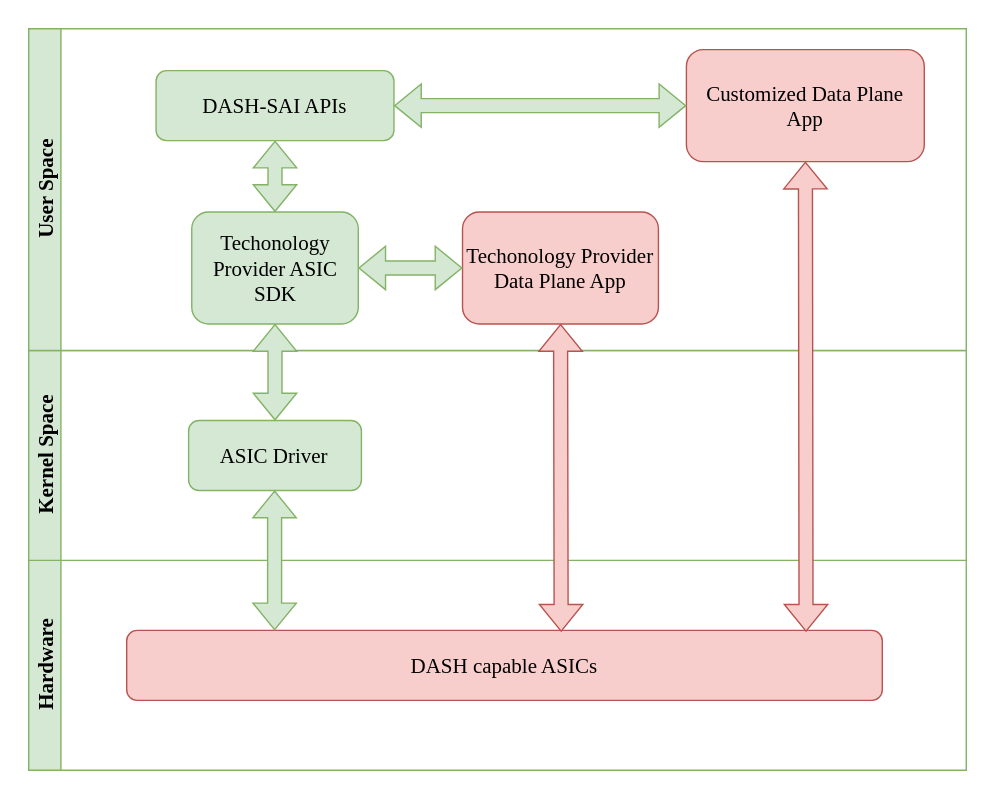
Above: documentation/general/images/dash-data-path-overview.svg in sonic-net/DASH (draw.io), before the change. Source tidied: cells renumbered, new cells last; positions are measured from the earlier drawing's top-left corner, leaving out a move shared by most shapes.
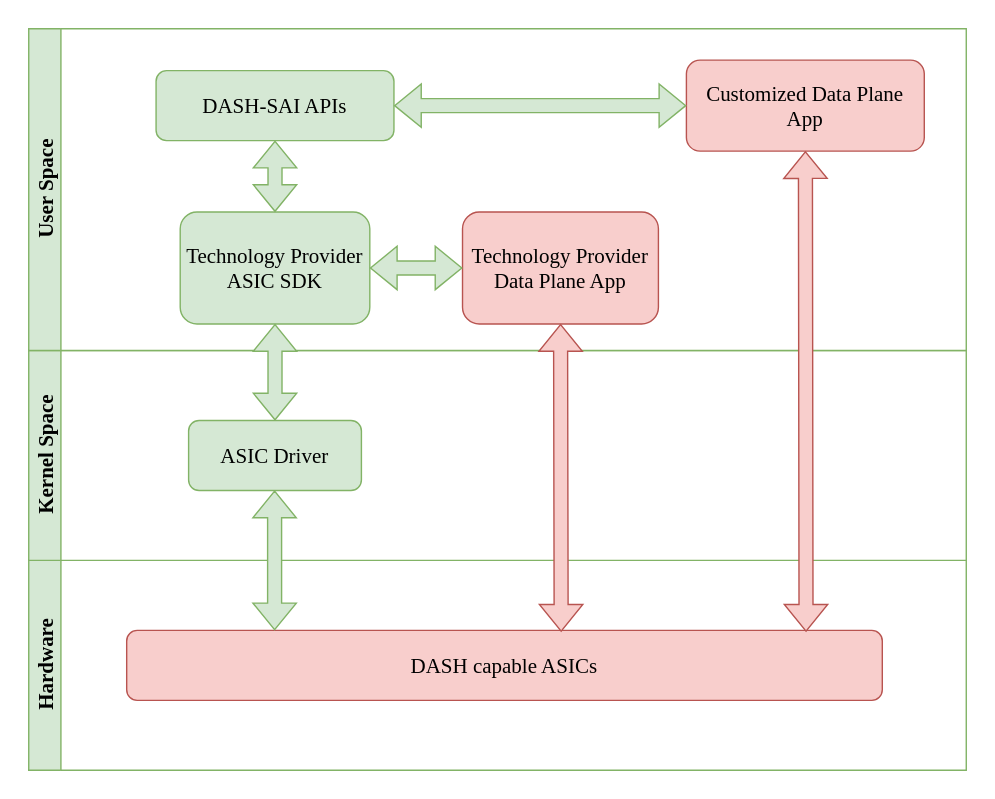
Later version of the same file.

The edit, as a diff of the source:
```diff
@@ -2,57 +2,57 @@
   <root>
     <mxCell id="0" />
     <mxCell id="1" parent="0" />
-    <mxCell id="2" value="Hardware" style="swimlane;horizontal=0;whiteSpace=wrap;html=1;rounded=0;labelBorderColor=none;strokeColor=#82b366;fontFamily=Monaco;fontSize=15;startSize=23;fillColor=#d5e8d4;swimlaneFillColor=#FFFFFF;" parent="1" vertex="1">
+    <mxCell id="2" value="Hardware" style="swimlane;horizontal=0;whiteSpace=wrap;html=1;rounded=0;labelBorderColor=none;strokeColor=#82b366;fontFamily=Consolas, Monaco;fontSize=15;startSize=23;fillColor=#d5e8d4;swimlaneFillColor=#FFFFFF;" parent="1" vertex="1">
       <mxGeometry y="380" width="670" height="150" as="geometry" />
     </mxCell>
-    <mxCell id="3" value="DASH capable ASICs" style="rounded=1;whiteSpace=wrap;html=1;strokeColor=#b85450;fontFamily=Monaco;fontSize=15;startSize=23;fillColor=#f8cecc;" parent="2" vertex="1">
+    <mxCell id="3" value="DASH capable ASICs" style="rounded=1;whiteSpace=wrap;html=1;strokeColor=#b85450;fontFamily=Consolas, Monaco;fontSize=15;startSize=23;fillColor=#f8cecc;" parent="2" vertex="1">
       <mxGeometry x="70" y="50" width="540" height="50" as="geometry" />
     </mxCell>
-    <mxCell id="4" value="Kernel Space" style="swimlane;horizontal=0;whiteSpace=wrap;html=1;rounded=0;labelBorderColor=none;strokeColor=#82b366;fontFamily=Monaco;fontSize=15;startSize=23;fillColor=#d5e8d4;swimlaneFillColor=#FFFFFF;" parent="1" vertex="1">
+    <mxCell id="4" value="Kernel Space" style="swimlane;horizontal=0;whiteSpace=wrap;html=1;rounded=0;labelBorderColor=none;strokeColor=#82b366;fontFamily=Consolas, Monaco;fontSize=15;startSize=23;fillColor=#d5e8d4;swimlaneFillColor=#FFFFFF;" parent="1" vertex="1">
       <mxGeometry y="230" width="670" height="150" as="geometry" />
     </mxCell>
-    <mxCell id="5" value="ASIC Driver" style="rounded=1;whiteSpace=wrap;html=1;strokeColor=#82b366;fontFamily=Monaco;fontSize=15;startSize=23;fillColor=#d5e8d4;" parent="4" vertex="1">
+    <mxCell id="5" value="ASIC Driver" style="rounded=1;whiteSpace=wrap;html=1;strokeColor=#82b366;fontFamily=Consolas, Monaco;fontSize=15;startSize=23;fillColor=#d5e8d4;" parent="4" vertex="1">
       <mxGeometry x="114.2" y="50" width="123.5" height="50" as="geometry" />
     </mxCell>
-    <mxCell id="6" style="shape=flexArrow;endArrow=classic;html=1;rounded=0;fillColor=#d5e8d4;strokeColor=#82b366;startArrow=block;" parent="4" edge="1">
+    <mxCell id="6" style="shape=flexArrow;endArrow=classic;html=1;rounded=0;fillColor=#d5e8d4;strokeColor=#82b366;startArrow=block;fontFamily=Consolas, Monaco;" parent="4" edge="1">
       <mxGeometry relative="1" as="geometry">
         <mxPoint x="175.7" y="100" as="sourcePoint" />
         <mxPoint x="175.7" y="200" as="targetPoint" />
       </mxGeometry>
     </mxCell>
-    <mxCell id="7" value="User Space" style="swimlane;horizontal=0;whiteSpace=wrap;html=1;rounded=0;labelBorderColor=none;strokeColor=#82b366;fontFamily=Monaco;fontSize=15;startSize=23;fillColor=#d5e8d4;swimlaneFillColor=#FFFFFF;" parent="1" vertex="1">
+    <mxCell id="7" value="User Space" style="swimlane;horizontal=0;whiteSpace=wrap;html=1;rounded=0;labelBorderColor=none;strokeColor=#82b366;fontFamily=Consolas, Monaco;fontSize=15;startSize=23;fillColor=#d5e8d4;swimlaneFillColor=#FFFFFF;" parent="1" vertex="1">
       <mxGeometry width="670" height="230" as="geometry" />
     </mxCell>
-    <mxCell id="8" value="Techonology Provider ASIC SDK" style="rounded=1;whiteSpace=wrap;html=1;strokeColor=#82b366;fontFamily=Monaco;fontSize=15;startSize=23;fillColor=#d5e8d4;" parent="7" vertex="1">
-      <mxGeometry x="116.5" y="131" width="119" height="80" as="geometry" />
+    <mxCell id="8" value="Technology Provider ASIC SDK" style="rounded=1;whiteSpace=wrap;html=1;strokeColor=#82b366;fontFamily=Consolas, Monaco;fontSize=15;startSize=23;fillColor=#d5e8d4;" parent="7" vertex="1">
+      <mxGeometry x="108.2" y="131" width="135.5" height="80" as="geometry" />
     </mxCell>
-    <mxCell id="9" value="DASH-SAI APIs" style="rounded=1;whiteSpace=wrap;html=1;strokeColor=#82b366;fontFamily=Monaco;fontSize=15;startSize=23;fillColor=#d5e8d4;" parent="7" vertex="1">
+    <mxCell id="9" value="DASH-SAI APIs" style="rounded=1;whiteSpace=wrap;html=1;strokeColor=#82b366;fontFamily=Consolas, Monaco;fontSize=15;startSize=23;fillColor=#d5e8d4;" parent="7" vertex="1">
       <mxGeometry x="91" y="30" width="170" height="50" as="geometry" />
     </mxCell>
-    <mxCell id="10" style="shape=flexArrow;endArrow=classic;html=1;rounded=0;fillColor=#d5e8d4;strokeColor=#82b366;startArrow=block;" parent="7" edge="1" source="9" target="8">
+    <mxCell id="10" style="shape=flexArrow;endArrow=classic;html=1;rounded=0;fillColor=#d5e8d4;strokeColor=#82b366;startArrow=block;fontFamily=Consolas, Monaco;" parent="7" edge="1" source="9" target="8">
       <mxGeometry relative="1" as="geometry" />
     </mxCell>
-    <mxCell id="11" value="Techonology Provider Data Plane App" style="rounded=1;whiteSpace=wrap;html=1;strokeColor=#b85450;fontFamily=Monaco;fontSize=15;startSize=23;fillColor=#f8cecc;" parent="7" vertex="1">
+    <mxCell id="11" value="Technology Provider Data Plane App" style="rounded=1;whiteSpace=wrap;html=1;strokeColor=#b85450;fontFamily=Consolas, Monaco;fontSize=15;startSize=23;fillColor=#f8cecc;" parent="7" vertex="1">
       <mxGeometry x="310" y="131" width="140" height="80" as="geometry" />
     </mxCell>
-    <mxCell id="12" style="shape=flexArrow;endArrow=classic;html=1;rounded=0;fillColor=#d5e8d4;strokeColor=#82b366;startArrow=block;" parent="7" edge="1" source="11" target="8">
+    <mxCell id="12" style="shape=flexArrow;endArrow=classic;html=1;rounded=0;fillColor=#d5e8d4;strokeColor=#82b366;startArrow=block;fontFamily=Consolas, Monaco;" parent="7" edge="1" source="11" target="8">
       <mxGeometry relative="1" as="geometry" />
     </mxCell>
-    <mxCell id="13" value="Customized Data Plane App" style="rounded=1;whiteSpace=wrap;html=1;strokeColor=#b85450;fontFamily=Monaco;fontSize=15;startSize=23;fillColor=#f8cecc;" parent="7" vertex="1">
-      <mxGeometry x="470" y="15" width="170" height="80" as="geometry" />
+    <mxCell id="13" value="Customized Data Plane App" style="rounded=1;whiteSpace=wrap;html=1;strokeColor=#b85450;fontFamily=Consolas, Monaco;fontSize=15;startSize=23;fillColor=#f8cecc;" parent="7" vertex="1">
+      <mxGeometry x="470" y="22.5" width="170" height="65" as="geometry" />
     </mxCell>
-    <mxCell id="14" style="shape=flexArrow;endArrow=classic;html=1;rounded=0;fillColor=#f8cecc;strokeColor=#b85450;startArrow=block;exitX=0.575;exitY=0.02;exitDx=0;exitDy=0;exitPerimeter=0;" parent="7" edge="1" target="13">
+    <mxCell id="14" style="shape=flexArrow;endArrow=classic;html=1;rounded=0;fillColor=#f8cecc;strokeColor=#b85450;startArrow=block;exitX=0.575;exitY=0.02;exitDx=0;exitDy=0;exitPerimeter=0;fontFamily=Consolas, Monaco;" parent="7" edge="1" target="13">
       <mxGeometry relative="1" as="geometry">
         <mxPoint x="555.5" y="431" as="sourcePoint" />
       </mxGeometry>
     </mxCell>
-    <mxCell id="15" style="shape=flexArrow;endArrow=classic;html=1;rounded=0;fillColor=#d5e8d4;strokeColor=#82b366;startArrow=block;" parent="7" edge="1" source="13" target="9">
+    <mxCell id="15" style="shape=flexArrow;endArrow=classic;html=1;rounded=0;fillColor=#d5e8d4;strokeColor=#82b366;startArrow=block;fontFamily=Consolas, Monaco;" parent="7" edge="1" source="13" target="9">
       <mxGeometry relative="1" as="geometry" />
     </mxCell>
-    <mxCell id="16" style="shape=flexArrow;endArrow=classic;html=1;rounded=0;fillColor=#d5e8d4;strokeColor=#82b366;startArrow=block;" parent="1" edge="1" source="8" target="5">
+    <mxCell id="16" style="shape=flexArrow;endArrow=classic;html=1;rounded=0;fillColor=#d5e8d4;strokeColor=#82b366;startArrow=block;fontFamily=Consolas, Monaco;" parent="1" edge="1" source="8" target="5">
       <mxGeometry relative="1" as="geometry" />
     </mxCell>
-    <mxCell id="17" style="shape=flexArrow;endArrow=classic;html=1;rounded=0;fillColor=#f8cecc;strokeColor=#b85450;startArrow=block;exitX=0.575;exitY=0.02;exitDx=0;exitDy=0;exitPerimeter=0;" parent="1" edge="1" source="3" target="11">
+    <mxCell id="17" style="shape=flexArrow;endArrow=classic;html=1;rounded=0;fillColor=#f8cecc;strokeColor=#b85450;startArrow=block;exitX=0.575;exitY=0.02;exitDx=0;exitDy=0;exitPerimeter=0;fontFamily=Consolas, Monaco;" parent="1" edge="1" source="3" target="11">
       <mxGeometry relative="1" as="geometry" />
     </mxCell>
   </root>
```
